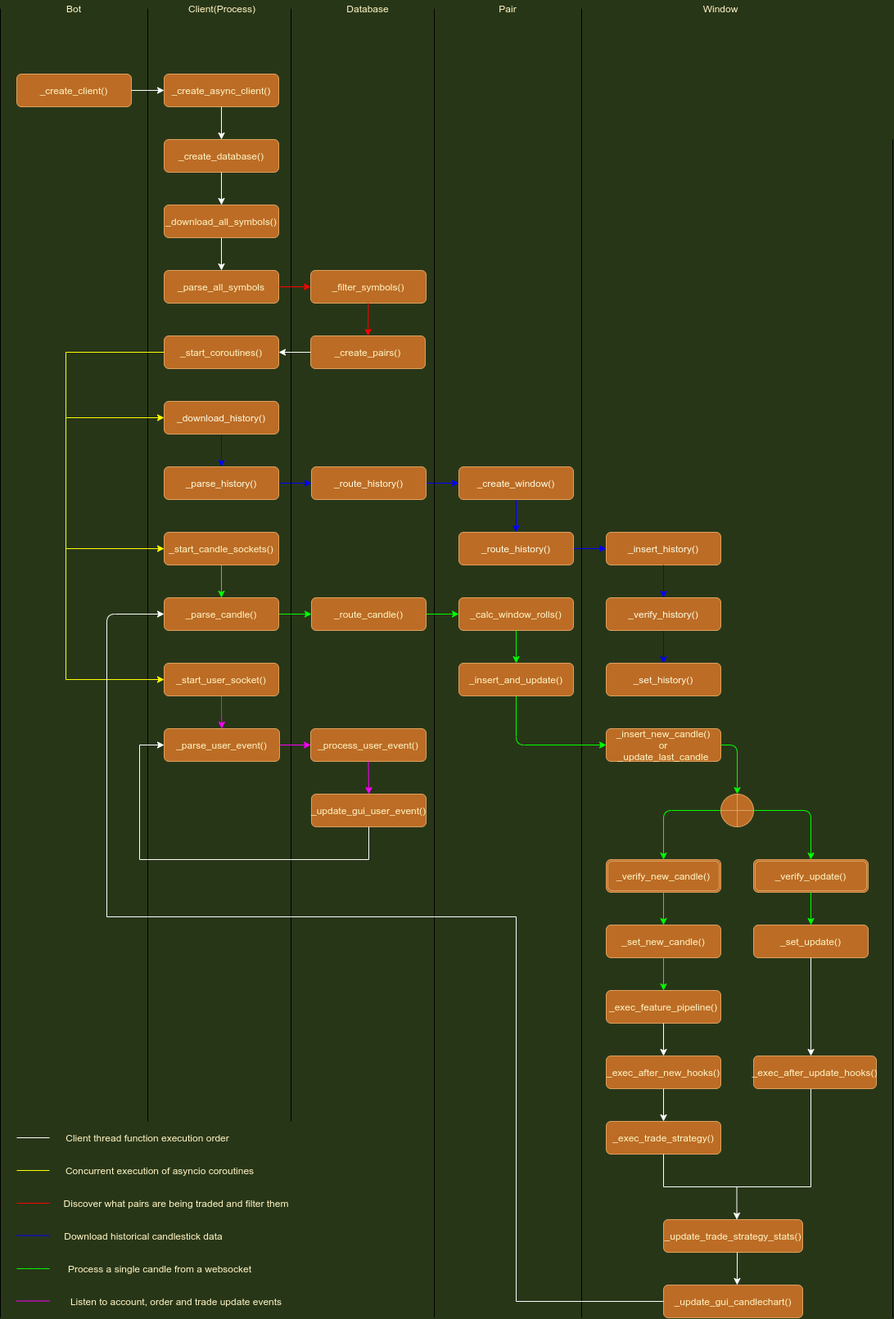
Above: docs/bbot_internals.png in TvanMeer/bbot (draw.io), before the change. Source tidied: cells renumbered, new cells last; positions are measured from the earlier drawing's top-left corner, leaving out a move shared by most shapes.
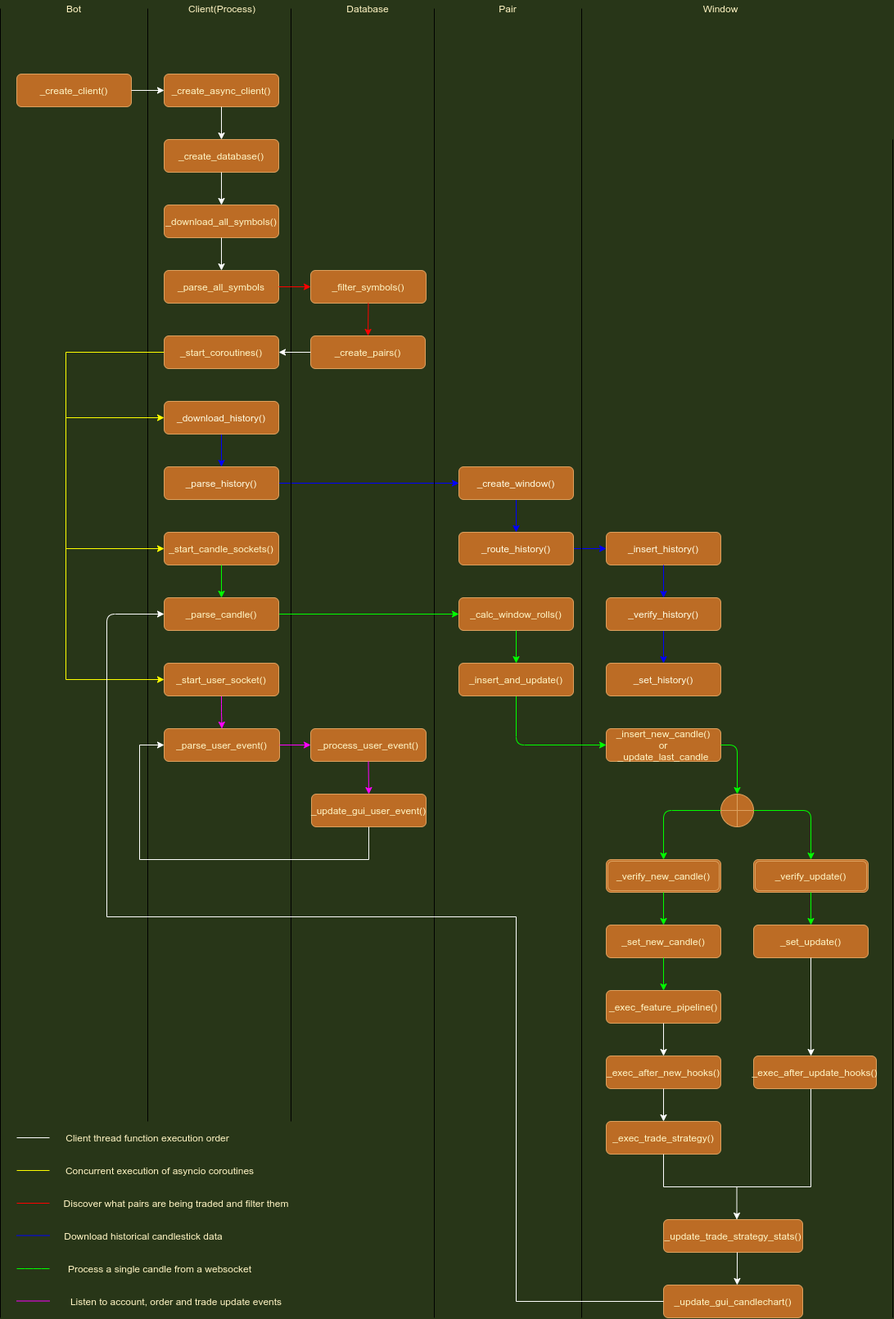
The same file after the commit.

The edit, as a diff of the source:
```diff
@@ -8,7 +8,7 @@
     <mxCell id="3" value="_download_history()" style="rounded=1;whiteSpace=wrap;html=1;fontSize=12;glass=0;strokeWidth=1;shadow=0;fillColor=#BC6C25;strokeColor=#DDA15E;fontColor=#FEFAE0;" parent="1" vertex="1">
       <mxGeometry x="200" y="490" width="140" height="40" as="geometry" />
     </mxCell>
-    <mxCell id="4" style="edgeStyle=orthogonalEdgeStyle;rounded=0;jettySize=auto;html=1;labelBackgroundColor=#283618;fontColor=#FEFAE0;strokeColor=#0000FF;" parent="1" edge="1" source="5" target="15">
+    <mxCell id="4" style="edgeStyle=orthogonalEdgeStyle;rounded=0;jettySize=auto;html=1;labelBackgroundColor=#283618;fontColor=#FEFAE0;strokeColor=#0000FF;entryX=0;entryY=0.5;entryDx=0;entryDy=0;" parent="1" edge="1" source="5" target="7">
       <mxGeometry relative="1" as="geometry" />
     </mxCell>
     <mxCell id="5" value="_parse_history()" style="rounded=1;whiteSpace=wrap;html=1;fontSize=12;glass=0;strokeWidth=1;shadow=0;fillColor=#BC6C25;strokeColor=#DDA15E;fontColor=#FEFAE0;" parent="1" vertex="1">
@@ -38,12 +38,6 @@
     <mxCell id="13" value="_set_history()" style="rounded=1;whiteSpace=wrap;html=1;fillColor=#BC6C25;strokeColor=#DDA15E;fontColor=#FEFAE0;" parent="1" vertex="1">
       <mxGeometry x="740" y="810" width="140" height="40" as="geometry" />
     </mxCell>
-    <mxCell id="14" style="edgeStyle=orthogonalEdgeStyle;rounded=0;jettySize=auto;html=1;labelBackgroundColor=#283618;fontColor=#FEFAE0;strokeColor=#0000FF;" parent="1" edge="1" source="15" target="7">
-      <mxGeometry relative="1" as="geometry" />
-    </mxCell>
-    <mxCell id="15" value="&lt;div&gt;_route_history()&lt;br&gt;&lt;/div&gt;" style="rounded=1;whiteSpace=wrap;html=1;fillColor=#BC6C25;strokeColor=#DDA15E;fontColor=#FEFAE0;" parent="1" vertex="1">
-      <mxGeometry x="380" y="570" width="140" height="40" as="geometry" />
-    </mxCell>
     <mxCell id="16" style="endArrow=classic;html=1;fontColor=#FEFAE0;fillColor=#BC6C25;entryX=0.5;entryY=0;entryDx=0;entryDy=0;exitX=0.5;exitY=1;exitDx=0;exitDy=0;strokeColor=#0000FF;" parent="1" edge="1" source="10" target="12">
       <mxGeometry relative="1" as="geometry" />
     </mxCell>
@@ -77,7 +71,7 @@
     <mxCell id="24" value="_start_candle_sockets()" style="rounded=1;whiteSpace=wrap;html=1;labelBackgroundColor=none;sketch=0;fontColor=#FFF4C3;strokeColor=#DDA15E;strokeWidth=1;fillColor=#BC6C25;" parent="1" vertex="1">
       <mxGeometry x="200" y="650" width="140" height="40" as="geometry" />
     </mxCell>
-    <mxCell id="25" style="edgeStyle=orthogonalEdgeStyle;curved=0;rounded=1;sketch=0;jettySize=auto;html=1;fontColor=#FFF4C3;fillColor=#BC6C25;strokeColor=#00FF00;" parent="1" edge="1" source="26" target="29">
+    <mxCell id="25" style="edgeStyle=orthogonalEdgeStyle;curved=0;rounded=1;sketch=0;jettySize=auto;html=1;fontColor=#FFF4C3;fillColor=#BC6C25;strokeColor=#00FF00;entryX=0;entryY=0.5;entryDx=0;entryDy=0;" parent="1" edge="1" source="26" target="30">
       <mxGeometry relative="1" as="geometry" />
     </mxCell>
     <mxCell id="26" value="_parse_candle()" style="rounded=1;whiteSpace=wrap;html=1;labelBackgroundColor=none;sketch=0;fontColor=#FFF4C3;strokeColor=#DDA15E;strokeWidth=1;fillColor=#BC6C25;" parent="1" vertex="1">
@@ -86,12 +80,6 @@
     <mxCell id="27" style="endArrow=classic;html=1;fontColor=#FFF4C3;fillColor=#BC6C25;entryX=0.5;entryY=0;entryDx=0;entryDy=0;exitX=0.5;exitY=1;exitDx=0;exitDy=0;strokeColor=#00FF00;" parent="1" edge="1" source="24" target="26">
       <mxGeometry relative="1" as="geometry" />
     </mxCell>
-    <mxCell id="28" style="edgeStyle=orthogonalEdgeStyle;curved=0;rounded=1;sketch=0;jettySize=auto;html=1;fontColor=#FFF4C3;fillColor=#BC6C25;strokeColor=#00FF00;" parent="1" edge="1" source="29" target="30">
-      <mxGeometry relative="1" as="geometry" />
-    </mxCell>
-    <mxCell id="29" value="_route_candle()" style="rounded=1;whiteSpace=wrap;html=1;labelBackgroundColor=none;sketch=0;fontColor=#FFF4C3;strokeColor=#DDA15E;strokeWidth=1;fillColor=#BC6C25;" parent="1" vertex="1">
-      <mxGeometry x="380" y="730" width="140" height="40" as="geometry" />
-    </mxCell>
     <mxCell id="30" value="_calc_window_rolls()" style="rounded=1;whiteSpace=wrap;html=1;labelBackgroundColor=none;sketch=0;fontColor=#FFF4C3;strokeColor=#DDA15E;strokeWidth=1;fillColor=#BC6C25;" parent="1" vertex="1">
       <mxGeometry x="560" y="730" width="140" height="40" as="geometry" />
     </mxCell>
```
